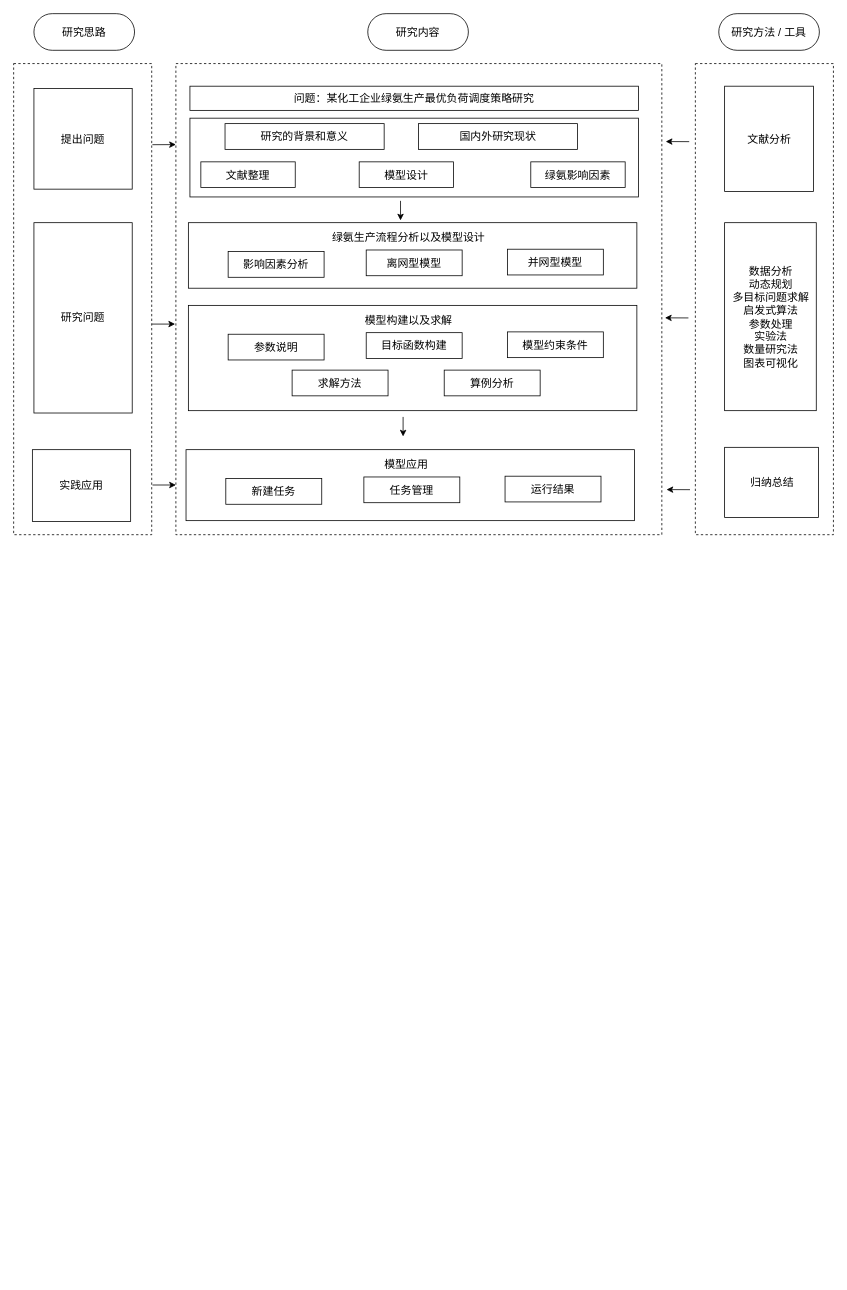
Earlier version of the draw.io diagram page "第 2 页" (2 of 2) of 绿氨生产.drawio (happycodejs/draw.io). Source tidied: cells renumbered, new cells numbered last; positions are measured from the earlier drawing's top-left corner, leaving out a move shared by most shapes. Both pictures are drawn from the tidied source at 78%, with x=0, y=0 at pixel (13, 13).
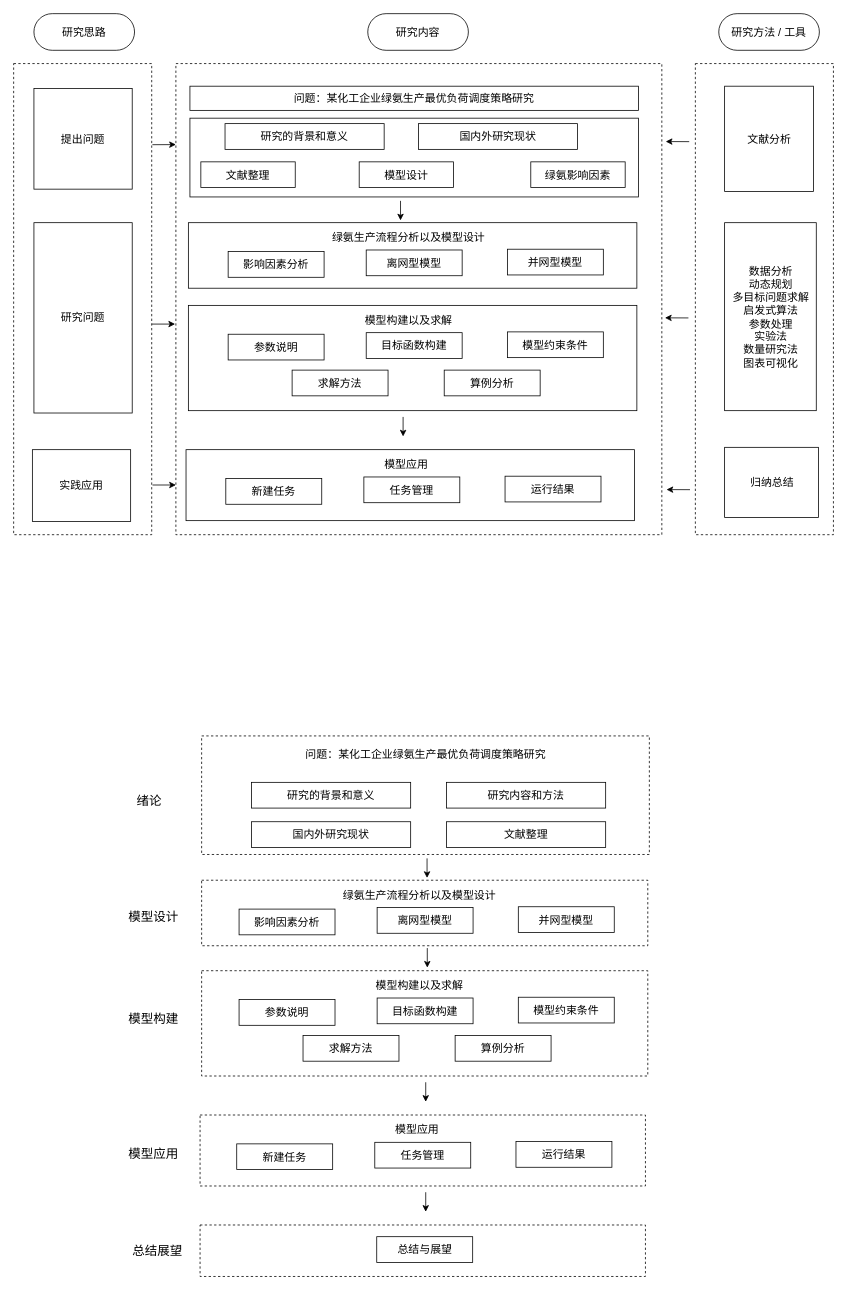
The same diagram, later.

Diff of the diagram source:
```diff
@@
+    <mxCell id="46" style="rounded=0;whiteSpace=wrap;html=1;fontSize=14;dashed=1;" parent="1" vertex="1">
+      <mxGeometry x="241" y="926" width="574" height="152" as="geometry" />
+    </mxCell>
+    <mxCell id="47" value="研究的背景和意义" style="rounded=0;whiteSpace=wrap;html=1;fontSize=14;" parent="1" vertex="1">
+      <mxGeometry x="305" y="985.5" width="204" height="33" as="geometry" />
+    </mxCell>
+    <mxCell id="48" value="国内外研究现状" style="rounded=0;whiteSpace=wrap;html=1;fontSize=14;" parent="1" vertex="1">
+      <mxGeometry x="305" y="1036" width="204" height="33" as="geometry" />
+    </mxCell>
+    <mxCell id="49" value="文献整理" style="rounded=0;whiteSpace=wrap;html=1;fontSize=14;" parent="1" vertex="1">
+      <mxGeometry x="555" y="1036" width="204" height="33" as="geometry" />
+    </mxCell>
+    <mxCell id="50" style="rounded=0;whiteSpace=wrap;html=1;fontSize=14;dashed=1;" parent="1" vertex="1">
+      <mxGeometry x="241" y="1111" width="572" height="84" as="geometry" />
+    </mxCell>
+    <mxCell id="51" value="&lt;span style=&quot;font-size: 14px;&quot;&gt;绿氨生产流程分析以及模型设计&lt;/span&gt;" style="text;html=1;align=center;verticalAlign=middle;whiteSpace=wrap;rounded=0;" parent="1" vertex="1">
+      <mxGeometry x="371" y="1115" width="299" height="30" as="geometry" />
+    </mxCell>
+    <mxCell id="52" value="影响因素分析" style="rounded=0;whiteSpace=wrap;html=1;fontSize=14;" parent="1" vertex="1">
+      <mxGeometry x="289" y="1148" width="123" height="33" as="geometry" />
+    </mxCell>
+    <mxCell id="53" value="离网型模型" style="rounded=0;whiteSpace=wrap;html=1;fontSize=14;" parent="1" vertex="1">
+      <mxGeometry x="466" y="1146" width="123" height="33" as="geometry" />
+    </mxCell>
+    <mxCell id="54" value="并网型模型" style="rounded=0;whiteSpace=wrap;html=1;fontSize=14;" parent="1" vertex="1">
+      <mxGeometry x="647" y="1145" width="123" height="33" as="geometry" />
+    </mxCell>
+    <mxCell id="55" style="rounded=0;whiteSpace=wrap;html=1;fontSize=14;dashed=1;" parent="1" vertex="1">
+      <mxGeometry x="241" y="1227" width="572" height="135" as="geometry" />
+    </mxCell>
+    <mxCell id="56" value="&lt;span style=&quot;font-size: 14px;&quot;&gt;模型构建以及求解&lt;/span&gt;" style="text;html=1;align=center;verticalAlign=middle;whiteSpace=wrap;rounded=0;" parent="1" vertex="1">
+      <mxGeometry x="371" y="1231" width="299" height="30" as="geometry" />
+    </mxCell>
+    <mxCell id="57" value="参数说明" style="rounded=0;whiteSpace=wrap;html=1;fontSize=14;" parent="1" vertex="1">
+      <mxGeometry x="289" y="1264" width="123" height="33" as="geometry" />
+    </mxCell>
+    <mxCell id="58" value="目标函数构建" style="rounded=0;whiteSpace=wrap;html=1;fontSize=14;" parent="1" vertex="1">
+      <mxGeometry x="466" y="1262" width="123" height="33" as="geometry" />
+    </mxCell>
+    <mxCell id="59" value="模型约束条件" style="rounded=0;whiteSpace=wrap;html=1;fontSize=14;" parent="1" vertex="1">
+      <mxGeometry x="647" y="1261" width="123" height="33" as="geometry" />
+    </mxCell>
+    <mxCell id="60" value="求解方法" style="rounded=0;whiteSpace=wrap;html=1;fontSize=14;" parent="1" vertex="1">
+      <mxGeometry x="371" y="1310" width="123" height="33" as="geometry" />
+    </mxCell>
+    <mxCell id="61" value="算例分析" style="rounded=0;whiteSpace=wrap;html=1;fontSize=14;" parent="1" vertex="1">
+      <mxGeometry x="566" y="1310" width="123" height="33" as="geometry" />
+    </mxCell>
+    <mxCell id="62" style="rounded=0;whiteSpace=wrap;html=1;fontSize=14;dashed=1;" parent="1" vertex="1">
+      <mxGeometry x="239" y="1412" width="571" height="91" as="geometry" />
+    </mxCell>
+    <mxCell id="63" value="&lt;span style=&quot;font-size: 14px;&quot;&gt;模型应用&lt;/span&gt;" style="text;html=1;align=center;verticalAlign=middle;whiteSpace=wrap;rounded=0;" parent="1" vertex="1">
+      <mxGeometry x="368" y="1416" width="299" height="30" as="geometry" />
+    </mxCell>
+    <mxCell id="64" value="新建任务" style="rounded=0;whiteSpace=wrap;html=1;fontSize=14;" parent="1" vertex="1">
+      <mxGeometry x="286" y="1449" width="123" height="33" as="geometry" />
+    </mxCell>
+    <mxCell id="65" value="任务管理" style="rounded=0;whiteSpace=wrap;html=1;fontSize=14;" parent="1" vertex="1">
+      <mxGeometry x="463" y="1447" width="123" height="33" as="geometry" />
+    </mxCell>
+    <mxCell id="66" value="运行结果" style="rounded=0;whiteSpace=wrap;html=1;fontSize=14;" parent="1" vertex="1">
+      <mxGeometry x="644" y="1446" width="123" height="33" as="geometry" />
+    </mxCell>
+    <mxCell id="67" style="endArrow=classic;html=1;rounded=0;entryX=-0.003;entryY=0.172;entryDx=0;entryDy=0;entryPerimeter=0;" parent="1" edge="1">
+      <mxGeometry relative="1" as="geometry">
+        <mxPoint x="530" y="1083" as="sourcePoint" />
+        <mxPoint x="530" y="1108.1" as="targetPoint" />
+      </mxGeometry>
+    </mxCell>
+    <mxCell id="68" style="endArrow=classic;html=1;rounded=0;entryX=-0.003;entryY=0.172;entryDx=0;entryDy=0;entryPerimeter=0;" parent="1" edge="1">
+      <mxGeometry relative="1" as="geometry">
+        <mxPoint x="528.3" y="1370" as="sourcePoint" />
+        <mxPoint x="528.3" y="1395.1" as="targetPoint" />
+      </mxGeometry>
+    </mxCell>
+    <mxCell id="69" value="研究内容和方法" style="rounded=0;whiteSpace=wrap;html=1;fontSize=14;" parent="1" vertex="1">
+      <mxGeometry x="555" y="985.5" width="204" height="33" as="geometry" />
+    </mxCell>
+    <mxCell id="70" value="&lt;font style=&quot;font-size: 14px;&quot;&gt;问题：&lt;/font&gt;&lt;span style=&quot;font-size: 14px; background-color: initial; font-family: 宋体; text-align: start;&quot;&gt;某化工企业绿氨生产最优负荷调度策略研究&lt;/span&gt;" style="text;html=1;align=center;verticalAlign=middle;whiteSpace=wrap;rounded=0;" parent="1" vertex="1">
+      <mxGeometry x="273" y="935" width="511" height="30" as="geometry" />
+    </mxCell>
+    <mxCell id="71" style="endArrow=classic;html=1;rounded=0;entryX=-0.003;entryY=0.172;entryDx=0;entryDy=0;entryPerimeter=0;" parent="1" edge="1">
+      <mxGeometry relative="1" as="geometry">
+        <mxPoint x="530.3" y="1198" as="sourcePoint" />
+        <mxPoint x="530.3" y="1223.1" as="targetPoint" />
+      </mxGeometry>
+    </mxCell>
+    <mxCell id="72" style="rounded=0;whiteSpace=wrap;html=1;fontSize=14;dashed=1;" parent="1" vertex="1">
+      <mxGeometry x="239" y="1553" width="571" height="66" as="geometry" />
+    </mxCell>
+    <mxCell id="73" value="总结与展望" style="rounded=0;whiteSpace=wrap;html=1;fontSize=14;" parent="1" vertex="1">
+      <mxGeometry x="465.5" y="1568" width="123" height="33" as="geometry" />
+    </mxCell>
+    <mxCell id="74" style="endArrow=classic;html=1;rounded=0;entryX=-0.003;entryY=0.172;entryDx=0;entryDy=0;entryPerimeter=0;" parent="1" edge="1">
+      <mxGeometry relative="1" as="geometry">
+        <mxPoint x="528.3" y="1511" as="sourcePoint" />
+        <mxPoint x="528.3" y="1536.1" as="targetPoint" />
+      </mxGeometry>
+    </mxCell>
+    <mxCell id="75" value="绪论" style="text;html=1;align=center;verticalAlign=middle;whiteSpace=wrap;rounded=0;fontSize=16;" parent="1" vertex="1">
+      <mxGeometry x="144" y="994" width="60" height="30" as="geometry" />
+    </mxCell>
+    <mxCell id="76" value="模型设计" style="text;html=1;align=center;verticalAlign=middle;whiteSpace=wrap;rounded=0;fontSize=16;" parent="1" vertex="1">
+      <mxGeometry x="140" y="1143" width="79" height="30" as="geometry" />
+    </mxCell>
+    <mxCell id="77" value="模型构建" style="text;html=1;align=center;verticalAlign=middle;whiteSpace=wrap;rounded=0;fontSize=16;" parent="1" vertex="1">
+      <mxGeometry x="140" y="1274" width="79" height="30" as="geometry" />
+    </mxCell>
+    <mxCell id="78" value="模型应用" style="text;html=1;align=center;verticalAlign=middle;whiteSpace=wrap;rounded=0;fontSize=16;" parent="1" vertex="1">
+      <mxGeometry x="140" y="1446" width="79" height="30" as="geometry" />
+    </mxCell>
+    <mxCell id="79" value="总结展望" style="text;html=1;align=center;verticalAlign=middle;whiteSpace=wrap;rounded=0;fontSize=16;" parent="1" vertex="1">
+      <mxGeometry x="145" y="1571" width="79" height="30" as="geometry" />
+    </mxCell>
```
